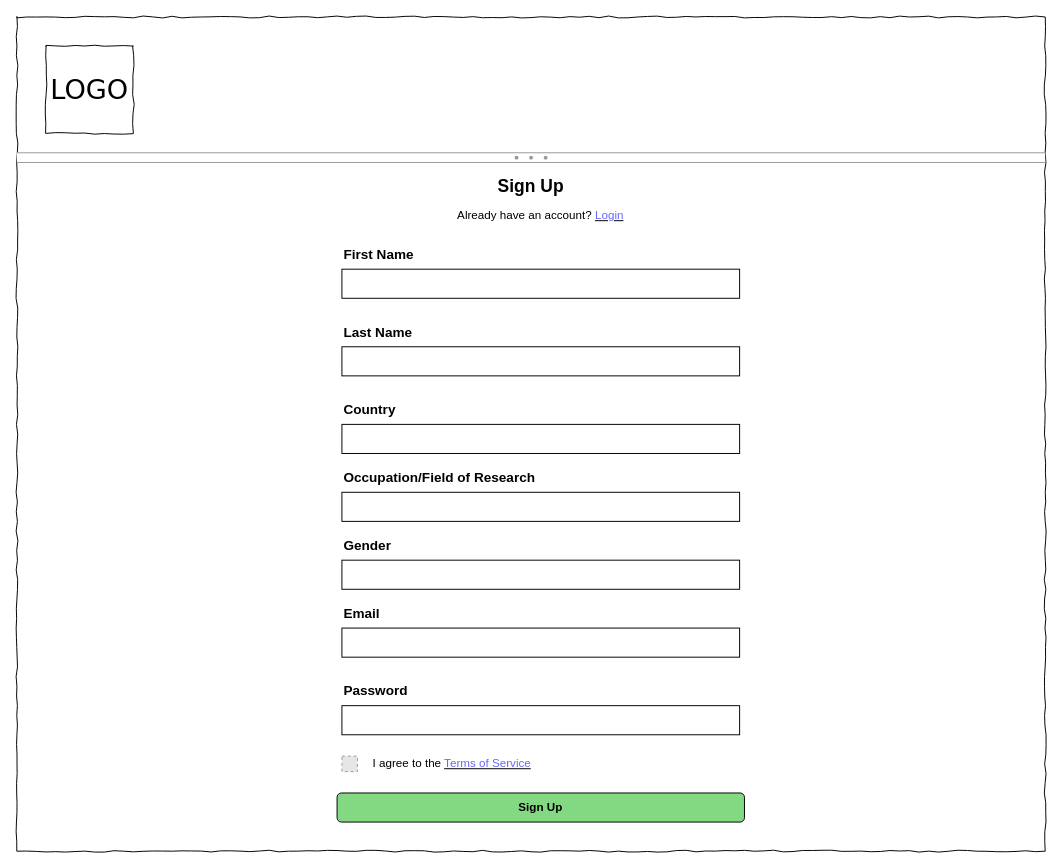
Before: Project Design/Wireframes/Sign Up Page.drawio in muhammed-ayman/ScholarStack, a draw.io diagram. Source tidied: cells renumbered, new cells numbered last; positions are measured from the earlier drawing's top-left corner, leaving out a move shared by most shapes. Both pictures are drawn from the tidied source at 97%, with x=0, y=0 at pixel (16, 16). Pictures stored in the file or linked from it are replaced by grey dashed boxes.
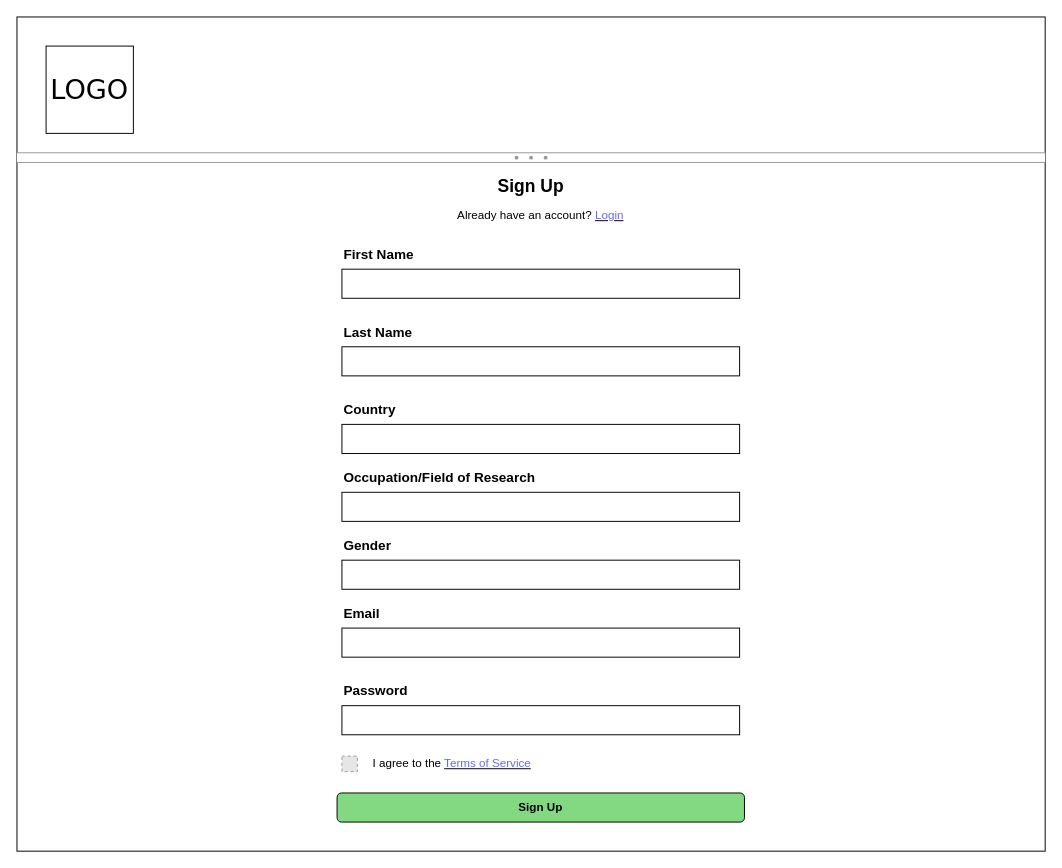
Above is the later version.

Change to the diagram source:
```diff
@@
-    <mxCell id="2" style="whiteSpace=wrap;html=1;rounded=0;shadow=0;labelBackgroundColor=none;strokeColor=#000000;strokeWidth=1;fillColor=none;fontFamily=Verdana;fontSize=12;fontColor=#000000;align=center;comic=1;" parent="1" vertex="1">
+    <mxCell id="2" style="whiteSpace=wrap;html=1;rounded=0;shadow=0;labelBackgroundColor=none;strokeColor=default;strokeWidth=1;fillColor=none;fontFamily=Verdana;fontSize=12;fontColor=#000000;align=center;comic=0;glass=0;" parent="1" vertex="1">
       <mxGeometry width="1060" height="860" as="geometry" />
     </mxCell>
-    <mxCell id="3" value="LOGO" style="whiteSpace=wrap;html=1;rounded=0;shadow=0;labelBackgroundColor=none;strokeWidth=1;fontFamily=Verdana;fontSize=28;align=center;comic=1;" parent="1" vertex="1">
+    <mxCell id="3" value="LOGO" style="whiteSpace=wrap;html=1;rounded=0;shadow=0;labelBackgroundColor=none;strokeWidth=1;fontFamily=Verdana;fontSize=28;align=center;comic=0;" parent="1" vertex="1">
       <mxGeometry x="30" y="30" width="90" height="90" as="geometry" />
     </mxCell>
```
